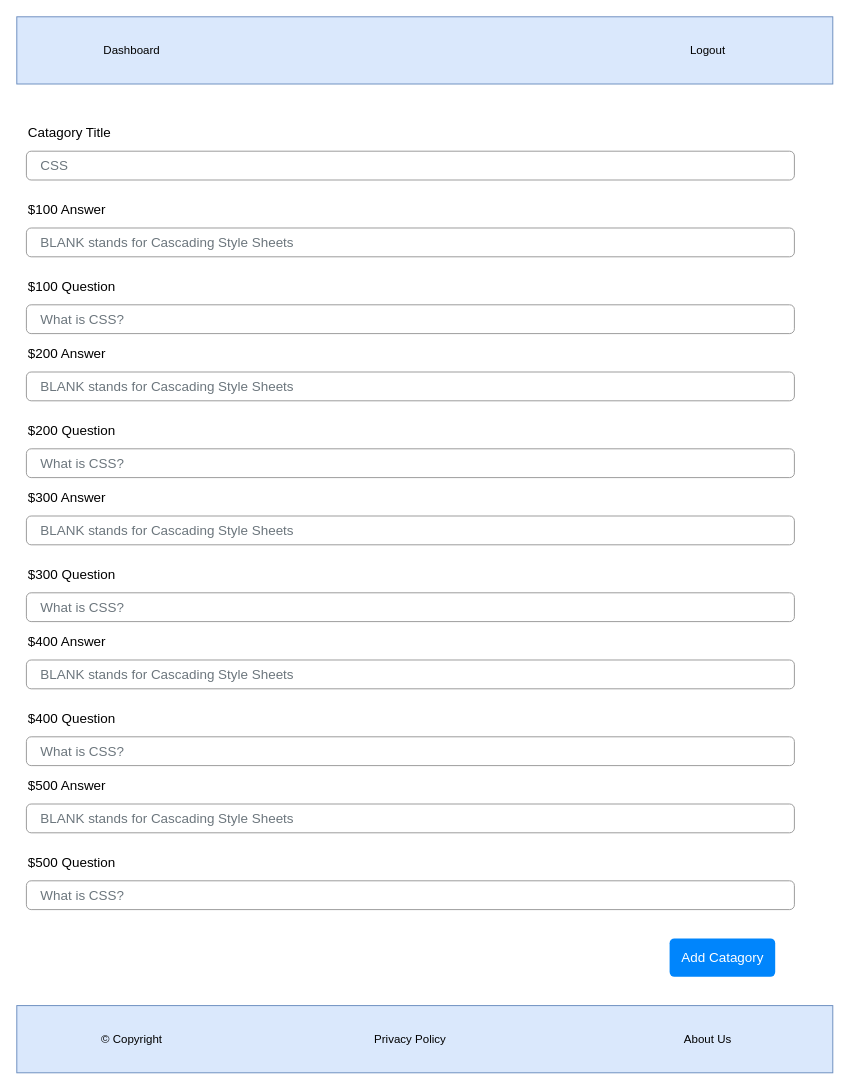
Earlier version of the draw.io diagram jeopardy/public/mockups/CreateCatagory.drawio (DezSays/Jeopardy). Source tidied: cells renumbered, new cells numbered last; positions are measured from the earlier drawing's top-left corner, leaving out a move shared by most shapes. Both pictures are drawn from the tidied source at 96%, with x=0, y=0 at pixel (16, 16).
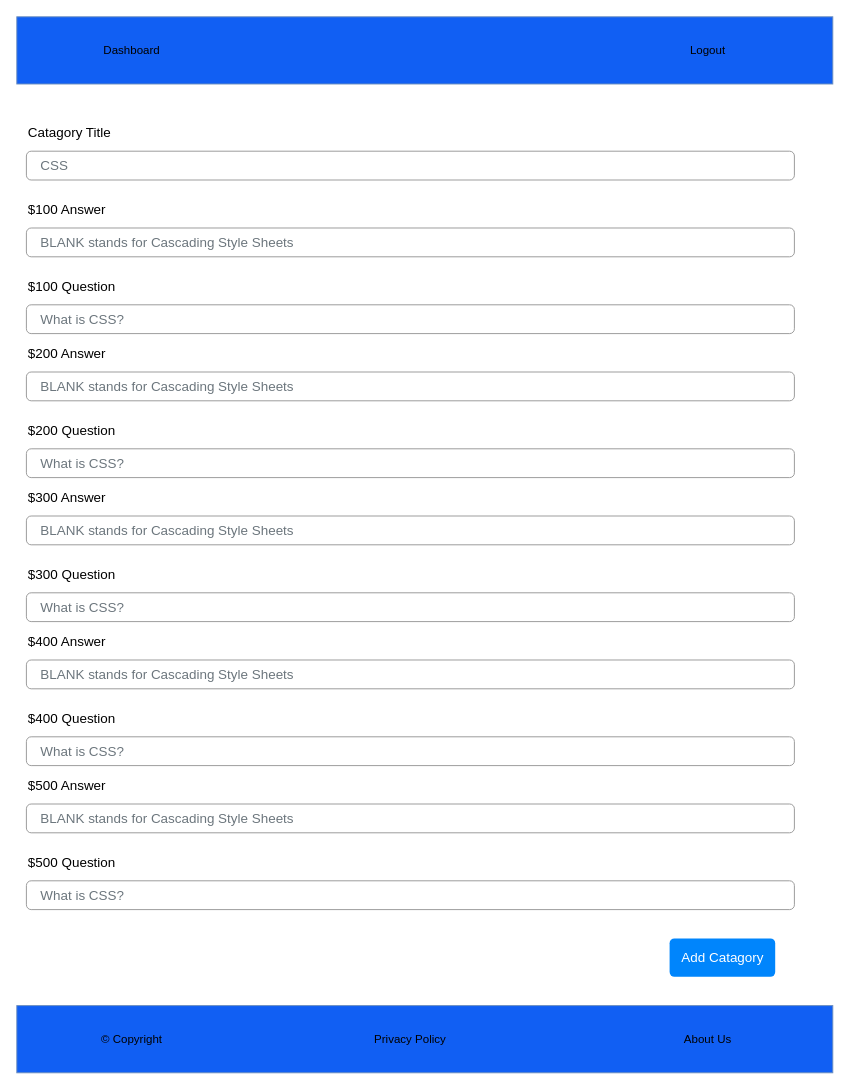
After the change.

What changed in the source:
```diff
@@
-    <mxCell id="2" style="rounded=0;whiteSpace=wrap;html=1;fillColor=#dae8fc;strokeColor=#6c8ebf;" parent="1" vertex="1">
+    <mxCell id="2" style="rounded=0;whiteSpace=wrap;html=1;fillColor=#115FF3;strokeColor=#6c8ebf;" parent="1" vertex="1">
       <mxGeometry width="850" height="70" as="geometry" />
     </mxCell>
@@
-    <mxCell id="5" style="rounded=0;whiteSpace=wrap;html=1;fillColor=#dae8fc;strokeColor=#6c8ebf;" parent="1" vertex="1">
+    <mxCell id="5" style="rounded=0;whiteSpace=wrap;html=1;fillColor=#115FF3;strokeColor=#6c8ebf;" parent="1" vertex="1">
       <mxGeometry y="1030" width="850" height="70" as="geometry" />
     </mxCell>
```
